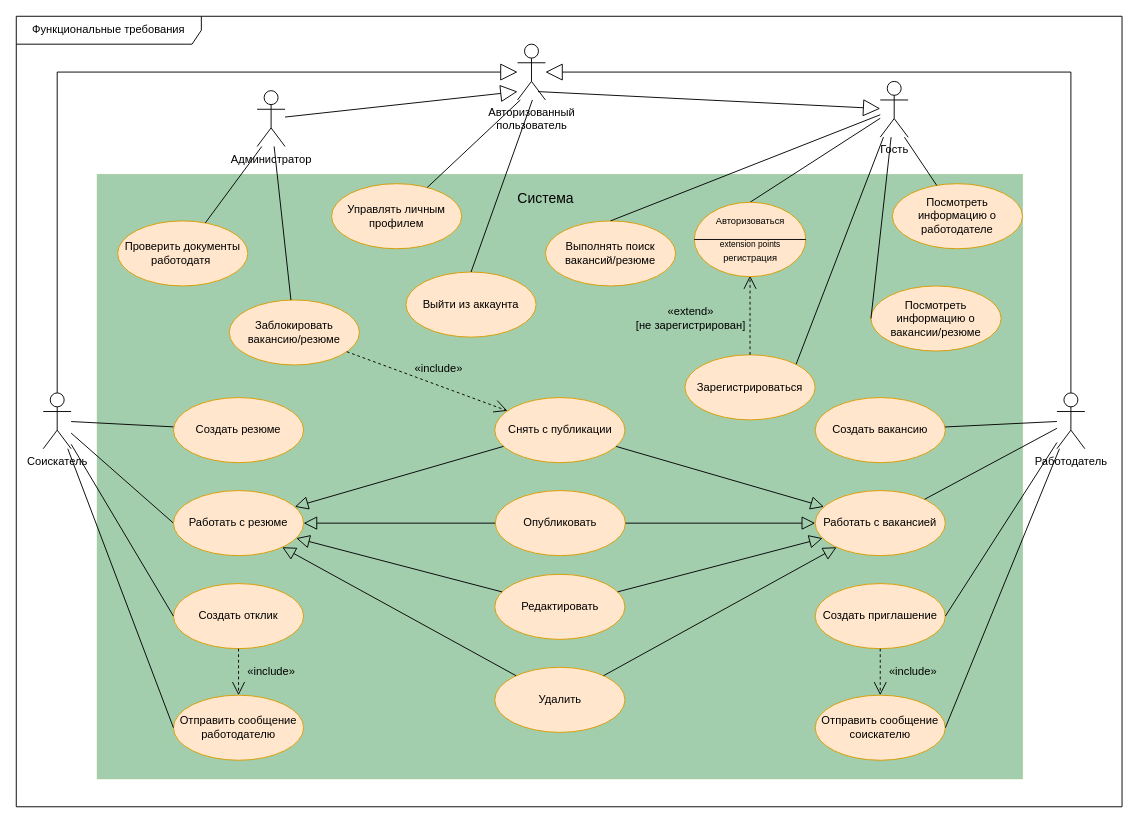
Earlier version of the draw.io diagram diagrams/use_case.drawio (IlyaZawyalow/internet_technologies). Source tidied: cells renumbered, new cells numbered last; positions are measured from the earlier drawing's top-left corner, leaving out a move shared by most shapes. Both pictures are drawn from the tidied source at 93%, with x=0, y=0 at pixel (16, 16).
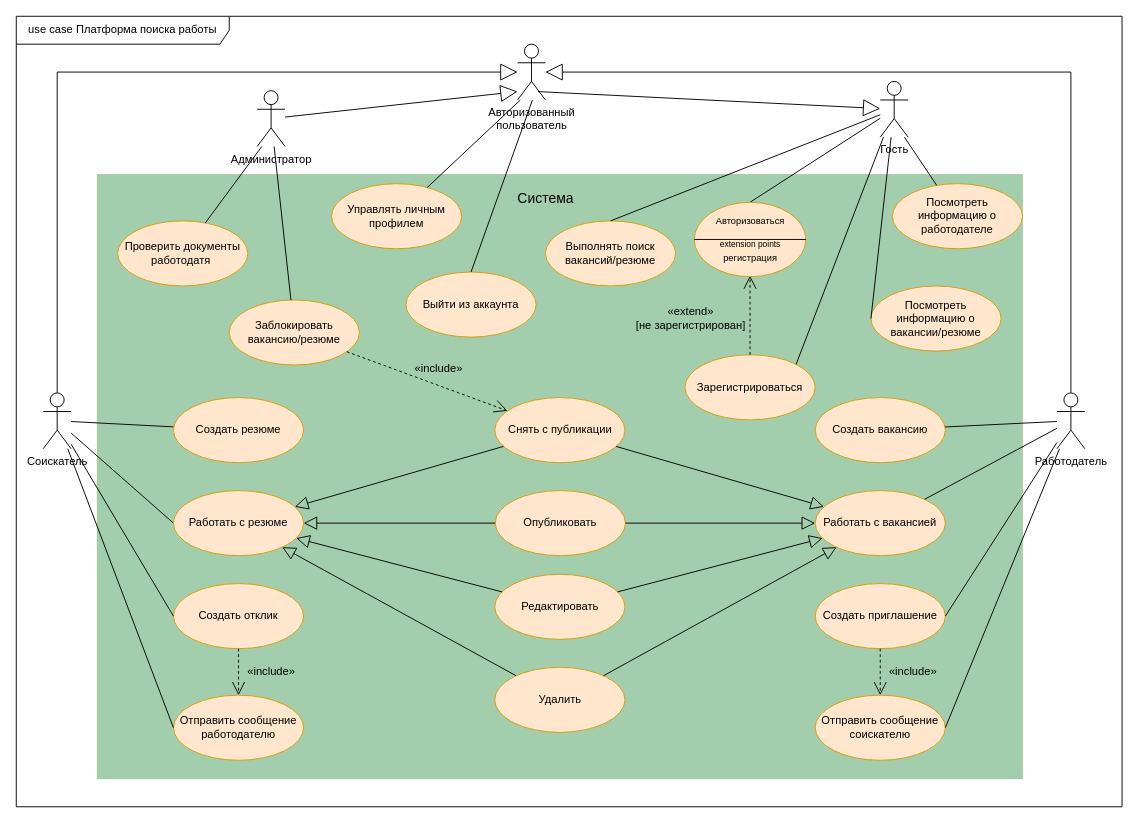
The same diagram, later.

Diff of the diagram source:
```diff
@@
-    <mxCell id="72" value="Функциональные требования" style="shape=umlFrame;whiteSpace=wrap;html=1;width=199;height=30;" parent="1" vertex="1">
+    <mxCell id="72" value="use case Платформа поиска работы" style="shape=umlFrame;whiteSpace=wrap;html=1;width=229;height=30;" parent="1" vertex="1">
       <mxGeometry width="1189" height="850" as="geometry" />
     </mxCell>
```
